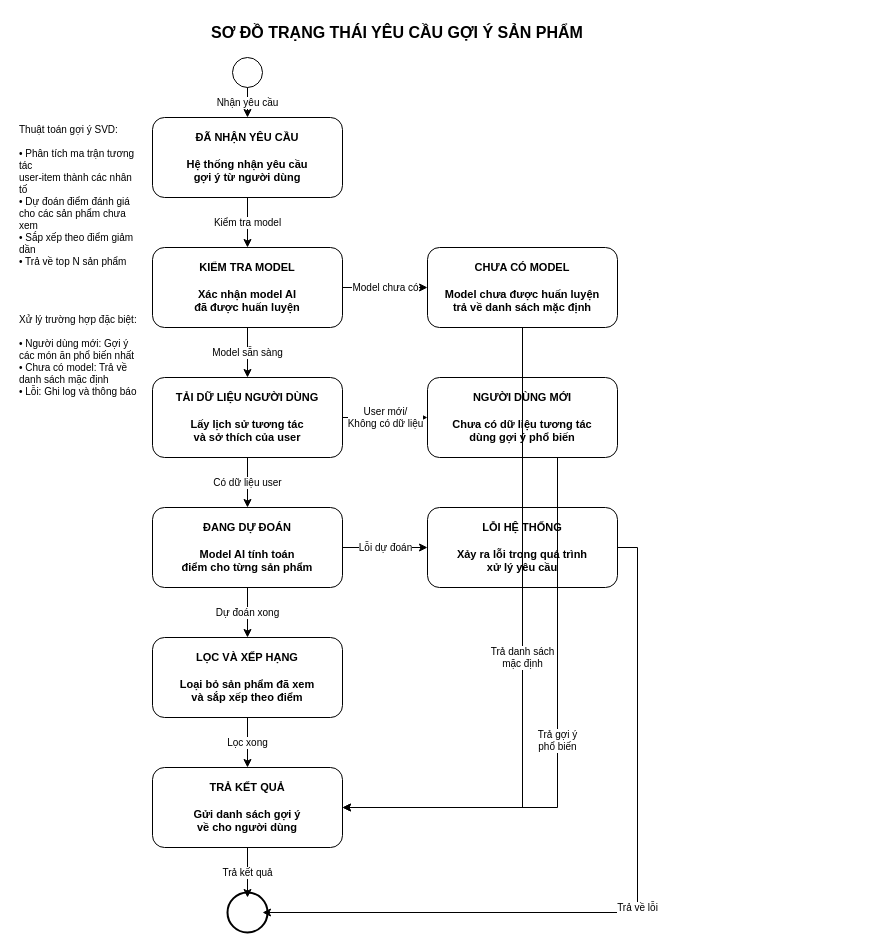
The draw.io diagram diagrams/state/5_recommendation_request_state.drawio in VennDev/VRecommendSystem, before the edit. Source tidied: cells renumbered, new cells numbered last; positions are measured from the earlier drawing's top-left corner, leaving out a move shared by most shapes. Both pictures are drawn from the tidied source at 100%, with x=0, y=0 at pixel (17, 17).
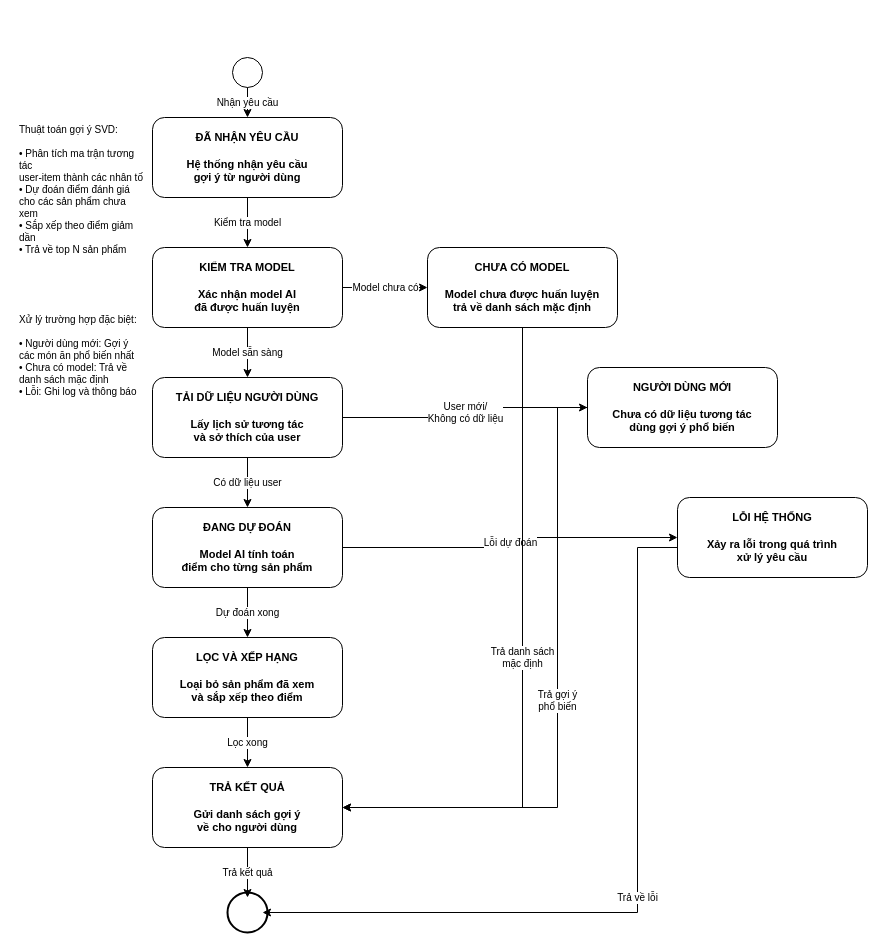
Above is the later version.

The edit, as a diff of the source:
```diff
@@
-    <mxCell id="2" value="SƠ ĐỒ TRẠNG THÁI YÊU CẦU GỢI Ý SẢN PHẨM" style="text;html=1;align=center;verticalAlign=middle;whiteSpace=wrap;rounded=0;fontSize=16;fontStyle=1;" parent="1" vertex="1">
-      <mxGeometry x="130" width="500" height="30" as="geometry" />
-    </mxCell>
@@
     <mxCell id="11" value="NGƯỜI DÙNG MỚI&#10;&#10;Chưa có dữ liệu tương tác&#10;dùng gợi ý phổ biến" style="rounded=1;whiteSpace=wrap;html=1;fontSize=11;fontStyle=1;" parent="1" vertex="1">
-      <mxGeometry x="410" y="360" width="190" height="80" as="geometry" />
+      <mxGeometry x="570" y="350" width="190" height="80" as="geometry" />
     </mxCell>
     <mxCell id="12" value="LỖI HỆ THỐNG&#10;&#10;Xảy ra lỗi trong quá trình&#10;xử lý yêu cầu" style="rounded=1;whiteSpace=wrap;html=1;fontSize=11;fontStyle=1;" parent="1" vertex="1">
-      <mxGeometry x="410" y="490" width="190" height="80" as="geometry" />
+      <mxGeometry x="660" y="480" width="190" height="80" as="geometry" />
     </mxCell>
@@
     <mxCell id="28" value="Thuật toán gợi ý SVD:&#10;&#10;• Phân tích ma trận tương tác&#10;  user-item thành các nhân tố&#10;• Dự đoán điểm đánh giá&#10;  cho các sản phẩm chưa xem&#10;• Sắp xếp theo điểm giảm dần&#10;• Trả về top N sản phẩm" style="text;html=1;align=left;verticalAlign=top;whiteSpace=wrap;rounded=1;fontSize=10;" parent="1" vertex="1">
-      <mxGeometry y="100" width="120" height="160" as="geometry" />
+      <mxGeometry y="100" width="130" height="160" as="geometry" />
     </mxCell>
```
